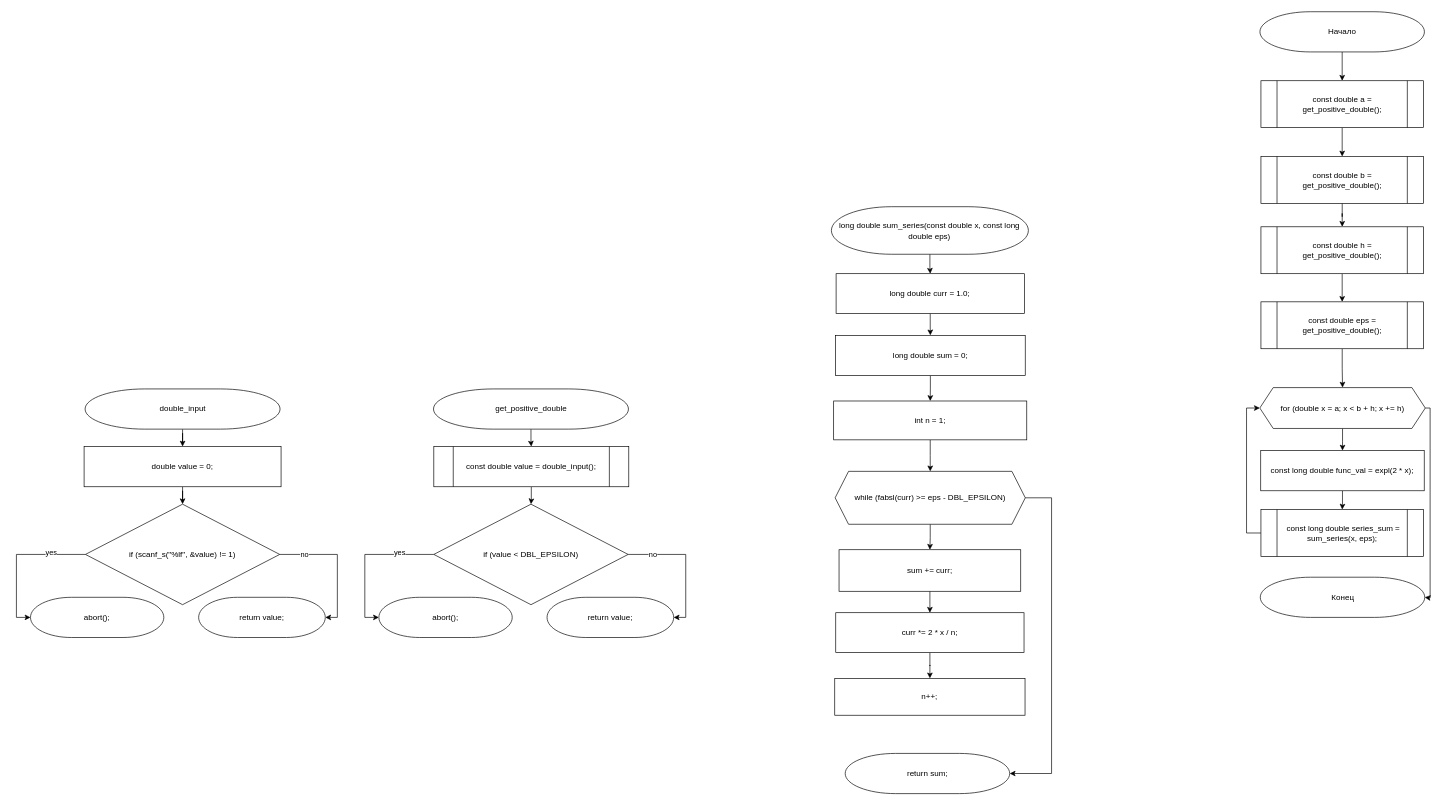
Earlier version of the draw.io diagram Cringe_schemas/cringe 3_3.drawio (Petrino411/TasksCPP). Source tidied: cells renumbered, new cells numbered last; positions are measured from the earlier drawing's top-left corner, leaving out a move shared by most shapes. Both pictures are drawn from the tidied source at 67%, with x=0, y=0 at pixel (16, 11).
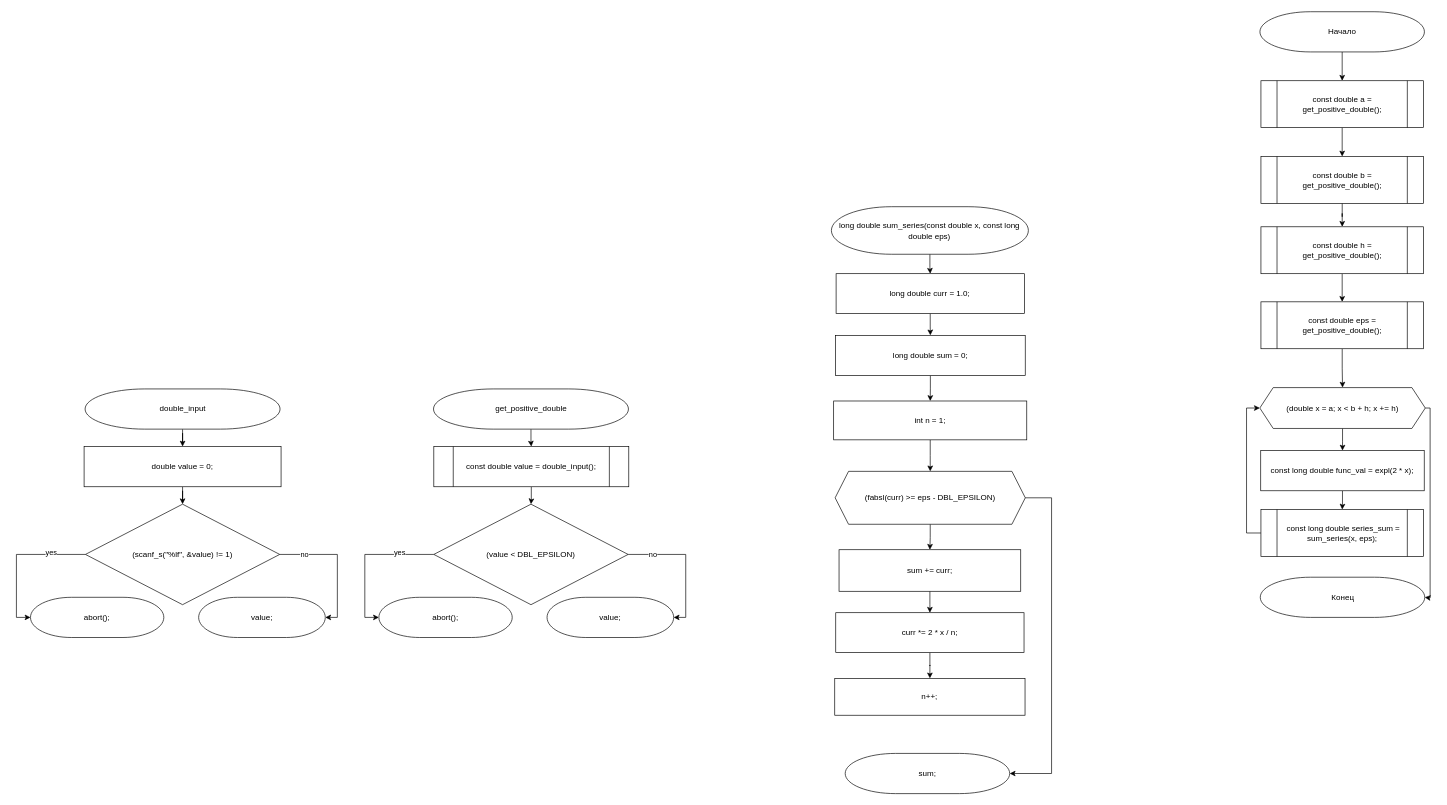
After the change.

The edit, as a diff of the source:
```diff
@@
-    <mxCell id="3" value="for (double x = a; x &amp;lt; b + h; x += h)" style="shape=hexagon;perimeter=hexagonPerimeter2;whiteSpace=wrap;html=1;fixedSize=1;" parent="1" vertex="1">
+    <mxCell id="3" value="(double x = a; x &amp;lt; b + h; x += h)" style="shape=hexagon;perimeter=hexagonPerimeter2;whiteSpace=wrap;html=1;fixedSize=1;" parent="1" vertex="1">
       <mxGeometry x="1855.8" y="561" width="247" height="61" as="geometry" />
     </mxCell>
@@
-    <mxCell id="13" value="if (value &amp;lt; DBL_EPSILON)" style="rhombus;whiteSpace=wrap;html=1;" parent="1" vertex="1">
+    <mxCell id="13" value="(value &amp;lt; DBL_EPSILON)" style="rhombus;whiteSpace=wrap;html=1;" parent="1" vertex="1">
       <mxGeometry x="623" y="735" width="290" height="150" as="geometry" />
     </mxCell>
@@
-    <mxCell id="17" value="&lt;font style=&quot;font-size: 12px;&quot;&gt;return value;&lt;/font&gt;" style="strokeWidth=1;html=1;shape=mxgraph.flowchart.terminator;whiteSpace=wrap;" parent="1" vertex="1">
+    <mxCell id="17" value="&lt;font style=&quot;font-size: 12px;&quot;&gt;value;&lt;/font&gt;" style="strokeWidth=1;html=1;shape=mxgraph.flowchart.terminator;whiteSpace=wrap;" parent="1" vertex="1">
       <mxGeometry x="792" y="874" width="189" height="60" as="geometry" />
     </mxCell>
@@
-    <mxCell id="24" value="if (scanf_s(&quot;%lf&quot;, &amp;amp;value) != 1)" style="rhombus;whiteSpace=wrap;html=1;" parent="1" vertex="1">
+    <mxCell id="24" value="(scanf_s(&quot;%lf&quot;, &amp;amp;value) != 1)" style="rhombus;whiteSpace=wrap;html=1;" parent="1" vertex="1">
       <mxGeometry x="103" y="735" width="290" height="150" as="geometry" />
     </mxCell>
@@
-    <mxCell id="28" value="&lt;font style=&quot;font-size: 12px;&quot;&gt;return value;&lt;/font&gt;" style="strokeWidth=1;html=1;shape=mxgraph.flowchart.terminator;whiteSpace=wrap;" parent="1" vertex="1">
+    <mxCell id="28" value="&lt;font style=&quot;font-size: 12px;&quot;&gt;value;&lt;/font&gt;" style="strokeWidth=1;html=1;shape=mxgraph.flowchart.terminator;whiteSpace=wrap;" parent="1" vertex="1">
       <mxGeometry x="272" y="874" width="189" height="60" as="geometry" />
     </mxCell>
@@
-    <mxCell id="43" value="while (fabsl(curr) &amp;gt;= eps - DBL_EPSILON)" style="shape=hexagon;perimeter=hexagonPerimeter2;whiteSpace=wrap;html=1;fixedSize=1;" parent="1" vertex="1">
+    <mxCell id="43" value="(fabsl(curr) &amp;gt;= eps - DBL_EPSILON)" style="shape=hexagon;perimeter=hexagonPerimeter2;whiteSpace=wrap;html=1;fixedSize=1;" parent="1" vertex="1">
       <mxGeometry x="1222" y="686" width="283.8" height="79" as="geometry" />
     </mxCell>
-    <mxCell id="44" value="return sum;" style="strokeWidth=1;html=1;shape=mxgraph.flowchart.terminator;whiteSpace=wrap;" parent="1" vertex="1">
+    <mxCell id="44" value="sum;" style="strokeWidth=1;html=1;shape=mxgraph.flowchart.terminator;whiteSpace=wrap;" parent="1" vertex="1">
       <mxGeometry x="1237" y="1107" width="245.5" height="60" as="geometry" />
     </mxCell>
```
